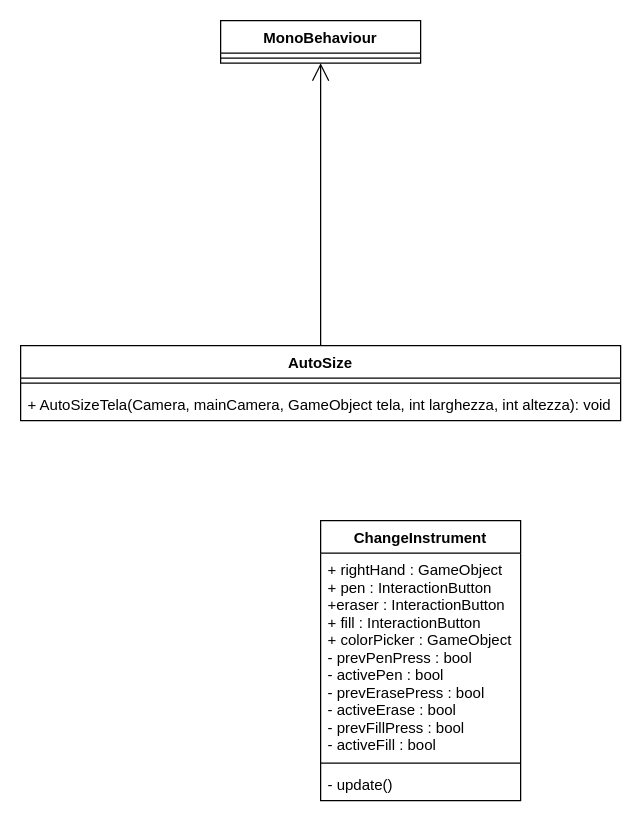
Above: Documentazione/ClassDiagram.drawio in LuMug/VirtualPainter (draw.io), before the change. Source tidied: cells renumbered, new cells numbered last; positions are measured from the earlier drawing's top-left corner, leaving out a move shared by most shapes. Both pictures are drawn from the tidied source at 125%, with x=0, y=0 at pixel (20, 20).
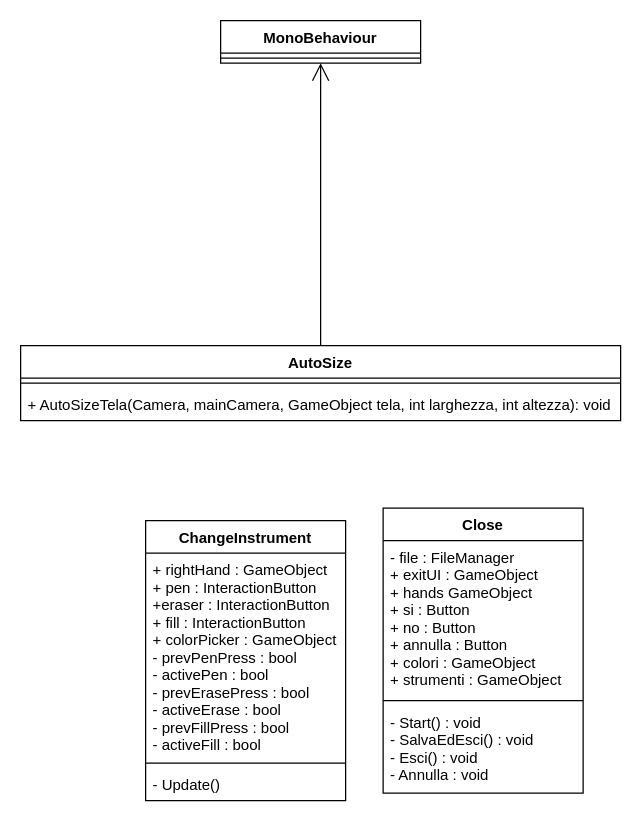
Above is the later version.

Change to the diagram source:
```diff
@@
 <mxGraphModel>
   <root>
     <mxCell id="0" />
     <mxCell id="1" parent="0" />
     <mxCell id="2" value="AutoSize" style="swimlane;fontStyle=1;align=center;verticalAlign=top;horizontal=1;startSize=26;rounded=0;shadow=0;strokeWidth=1;" parent="1" vertex="1">
       <mxGeometry y="260" width="480" height="60" as="geometry" />
     </mxCell>
     <mxCell id="3" style="line;html=1;strokeWidth=1;align=left;verticalAlign=middle;spacingTop=-1;spacingLeft=3;spacingRight=3;labelPosition=right;" parent="2" vertex="1">
       <mxGeometry y="26" width="480" height="8" as="geometry" />
     </mxCell>
     <mxCell id="4" value="+ AutoSizeTela(Camera, mainCamera, GameObject tela, int larghezza, int altezza): void" style="text;align=left;verticalAlign=top;spacingLeft=4;spacingRight=4;overflow=hidden;" parent="2" vertex="1">
       <mxGeometry y="34" width="480" height="26" as="geometry" />
     </mxCell>
     <mxCell id="5" value="MonoBehaviour" style="swimlane;fontStyle=1;align=center;verticalAlign=top;horizontal=1;startSize=26;" parent="1" vertex="1">
       <mxGeometry x="160" width="160" height="34" as="geometry" />
     </mxCell>
     <mxCell id="6" style="line;strokeWidth=1;fillColor=none;align=left;verticalAlign=middle;spacingTop=-1;spacingLeft=3;spacingRight=3;labelPosition=right;" parent="5" vertex="1">
       <mxGeometry y="26" width="160" height="8" as="geometry" />
     </mxCell>
     <mxCell id="7" style="endArrow=open;endFill=1;endSize=12;html=1;rounded=0;edgeStyle=orthogonalEdgeStyle;entryX=0.5;entryY=1;entryDx=0;entryDy=0;exitX=0.5;exitY=0;exitDx=0;exitDy=0;" parent="1" edge="1" source="2" target="5">
       <mxGeometry relative="1" as="geometry" />
     </mxCell>
     <mxCell id="8" value="ChangeInstrument" style="swimlane;fontStyle=1;align=center;verticalAlign=top;horizontal=1;startSize=26;" parent="1" vertex="1">
-      <mxGeometry x="240" y="400" width="160" height="224" as="geometry" />
+      <mxGeometry x="100" y="400" width="160" height="224" as="geometry" />
     </mxCell>
     <mxCell id="9" value="+ rightHand : GameObject&#10;+ pen : InteractionButton&#10;+eraser : InteractionButton&#10;+ fill : InteractionButton&#10;+ colorPicker : GameObject&#10;- prevPenPress : bool&#10;- activePen : bool&#10;- prevErasePress : bool&#10;- activeErase : bool&#10;- prevFillPress : bool&#10;- activeFill : bool&#10;&#10;&#10;&#10;" style="text;strokeColor=none;fillColor=none;align=left;verticalAlign=top;spacingLeft=4;spacingRight=4;overflow=hidden;" parent="8" vertex="1">
       <mxGeometry y="26" width="160" height="164" as="geometry" />
     </mxCell>
     <mxCell id="10" style="line;strokeWidth=1;fillColor=none;align=left;verticalAlign=middle;spacingTop=-1;spacingLeft=3;spacingRight=3;labelPosition=right;" parent="8" vertex="1">
       <mxGeometry y="190" width="160" height="8" as="geometry" />
     </mxCell>
-    <mxCell id="11" value="- update()" style="text;strokeColor=none;fillColor=none;align=left;verticalAlign=top;spacingLeft=4;spacingRight=4;overflow=hidden;" parent="8" vertex="1">
+    <mxCell id="11" value="- Update()" style="text;strokeColor=none;fillColor=none;align=left;verticalAlign=top;spacingLeft=4;spacingRight=4;overflow=hidden;" parent="8" vertex="1">
       <mxGeometry y="198" width="160" height="26" as="geometry" />
     </mxCell>
+    <mxCell id="12" value="Close" style="swimlane;fontStyle=1;align=center;verticalAlign=top;horizontal=1;startSize=26;" parent="1" vertex="1">
+      <mxGeometry x="290" y="390" width="160" height="228" as="geometry" />
+    </mxCell>
+    <mxCell id="13" value="- file : FileManager&#10;+ exitUI : GameObject&#10;+ hands GameObject&#10;+ si : Button&#10;+ no : Button&#10;+ annulla : Button&#10;+ colori : GameObject&#10;+ strumenti : GameObject&#10;" style="text;strokeColor=none;fillColor=none;align=left;verticalAlign=top;spacingLeft=4;spacingRight=4;overflow=hidden;" parent="12" vertex="1">
+      <mxGeometry y="26" width="160" height="124" as="geometry" />
+    </mxCell>
+    <mxCell id="14" style="line;strokeWidth=1;fillColor=none;align=left;verticalAlign=middle;spacingTop=-1;spacingLeft=3;spacingRight=3;labelPosition=right;" parent="12" vertex="1">
+      <mxGeometry y="150" width="160" height="8" as="geometry" />
+    </mxCell>
+    <mxCell id="15" value="- Start() : void&#10;- SalvaEdEsci() : void&#10;- Esci() : void&#10;- Annulla : void&#10;" style="text;strokeColor=none;fillColor=none;align=left;verticalAlign=top;spacingLeft=4;spacingRight=4;overflow=hidden;" parent="12" vertex="1">
+      <mxGeometry y="158" width="160" height="70" as="geometry" />
+    </mxCell>
   </root>
 </mxGraphModel>
```
